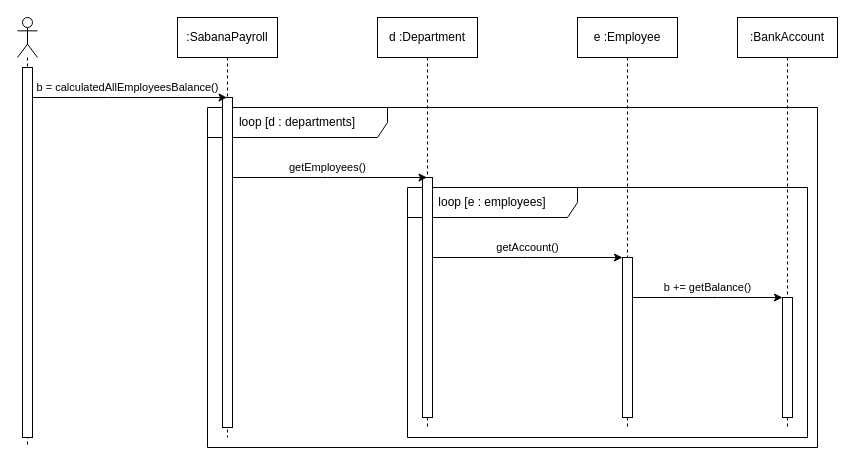
Above: diagrams/calculatedallemployeesbalance-sequence-diagram.drawio in Cafeleyos/MUNOZ-SANTOS-SABANA-POOB-2021-1-LAB-ABSTRACT-CLASS (draw.io), before the change. Source tidied: cells renumbered, new cells numbered last; positions are measured from the earlier drawing's top-left corner, leaving out a move shared by most shapes. Both pictures are drawn from the tidied source at 100%, with x=0, y=0 at pixel (17, 17).
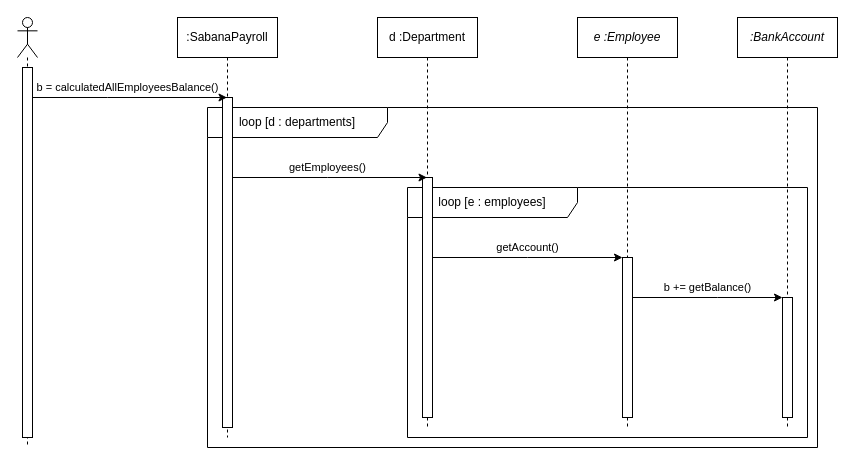
The same page after the edit.

Diff of the diagram source:
```diff
@@
-    <mxCell id="12" value="e :Employee" style="shape=umlLifeline;perimeter=lifelinePerimeter;whiteSpace=wrap;html=1;" parent="1" vertex="1">
+    <mxCell id="12" value="e :Employee" style="shape=umlLifeline;perimeter=lifelinePerimeter;whiteSpace=wrap;html=1;fontStyle=2;" parent="1" vertex="1">
       <mxGeometry x="560" width="100" height="410" as="geometry" />
     </mxCell>
@@
-    <mxCell id="15" value=":BankAccount" style="shape=umlLifeline;perimeter=lifelinePerimeter;whiteSpace=wrap;html=1;" parent="1" vertex="1">
+    <mxCell id="15" value=":BankAccount" style="shape=umlLifeline;perimeter=lifelinePerimeter;whiteSpace=wrap;html=1;fontStyle=2;" parent="1" vertex="1">
       <mxGeometry x="720" width="100" height="410" as="geometry" />
     </mxCell>
```
